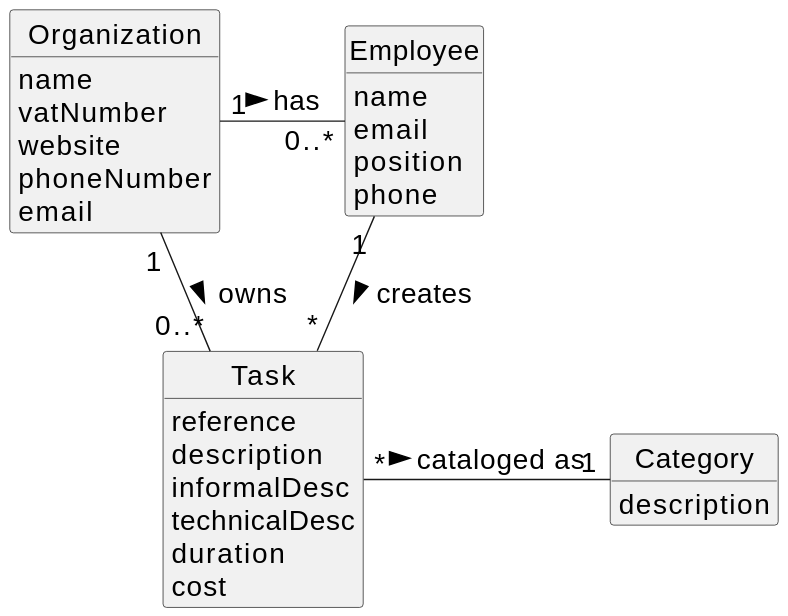
Above: docs/sprintA/us006/02.analysis/svg/us006-domain-model.svg in daniel41silva05/ISEP_2023_2024_LAPR2 (PlantUML), before the change. Its diagram source:
```plantuml
@startuml
skinparamlocked defaultFontSize 20
skinparam monochrome true
skinparam packageStyle rectangle
skinparam shadowing false


skinparam classAttributeIconSize 0

hide circle
hide methods



class Organization {
    name
    vatNumber
    website
    phoneNumber
    email
}

class Task {
    reference
    description
    informalDesc
    technicalDesc
    duration
    cost
}

class Category {
    description
}

class Employee {
    name
    email
    position
    phone
}


Organization "1" - "0..*" Employee : has >
Organization "1" - "0..*" Task: owns >
Employee "1" -- "*" Task : creates >
Task "*" - "1" Category: cataloged as >
@enduml
```
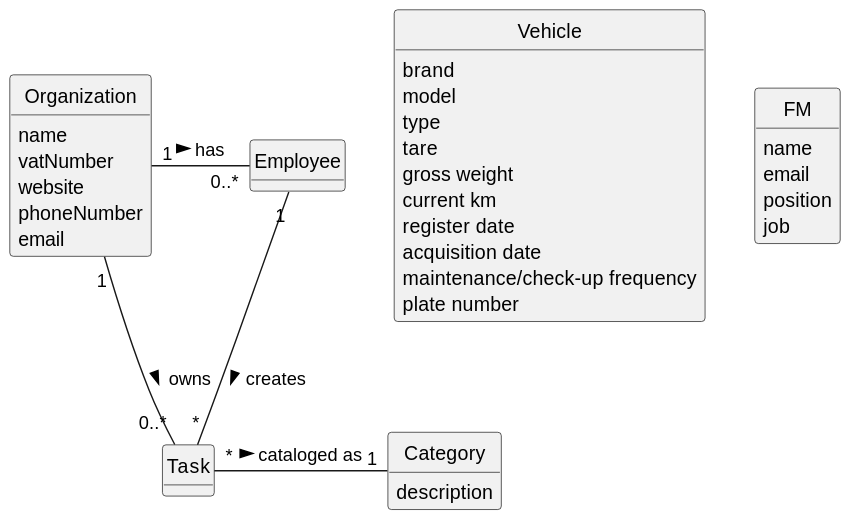
After the commit.

Change to the diagram source:
```diff
@@ -1,5 +1,4 @@
 @startuml
-skinparamlocked defaultFontSize 20
 skinparam monochrome true
 skinparam packageStyle rectangle
 skinparam shadowing false
@@ -20,24 +19,28 @@
     email
 }
 
-class Task {
-    reference
-    description
-    informalDesc
-    technicalDesc
-    duration
-    cost
+class Vehicle {
+    brand
+    model
+    type
+    tare
+    gross weight
+    current km
+    register date
+    acquisition date
+    maintenance/check-up frequency
+    plate number
 }
 
 class Category {
     description
 }
 
-class Employee {
+class FM {
     name
     email
     position
-    phone
+    job
 }
 
 
```
